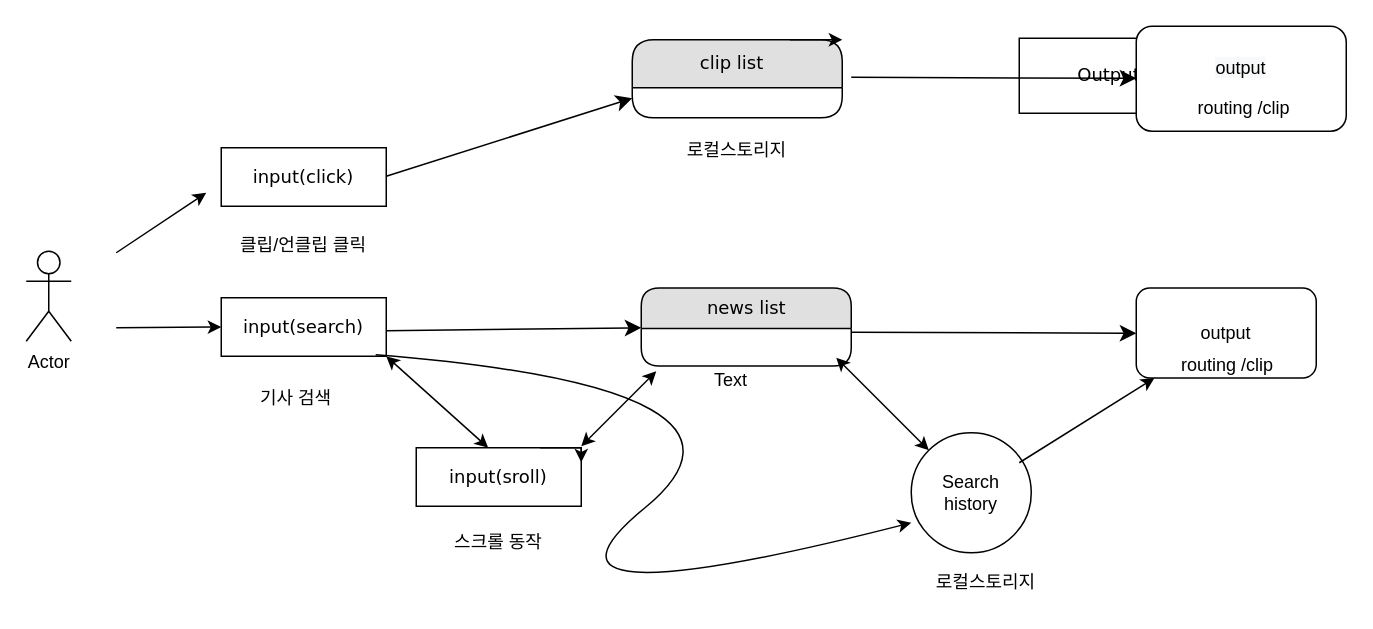
Above: diagram.drawio in Jeong-hoyun/nytimes-project (draw.io), before the change. Source tidied: cells renumbered, new cells numbered last; positions are measured from the earlier drawing's top-left corner, leaving out a move shared by most shapes. Both pictures are drawn from the tidied source at 150%, with x=0, y=0 at pixel (26, 26).
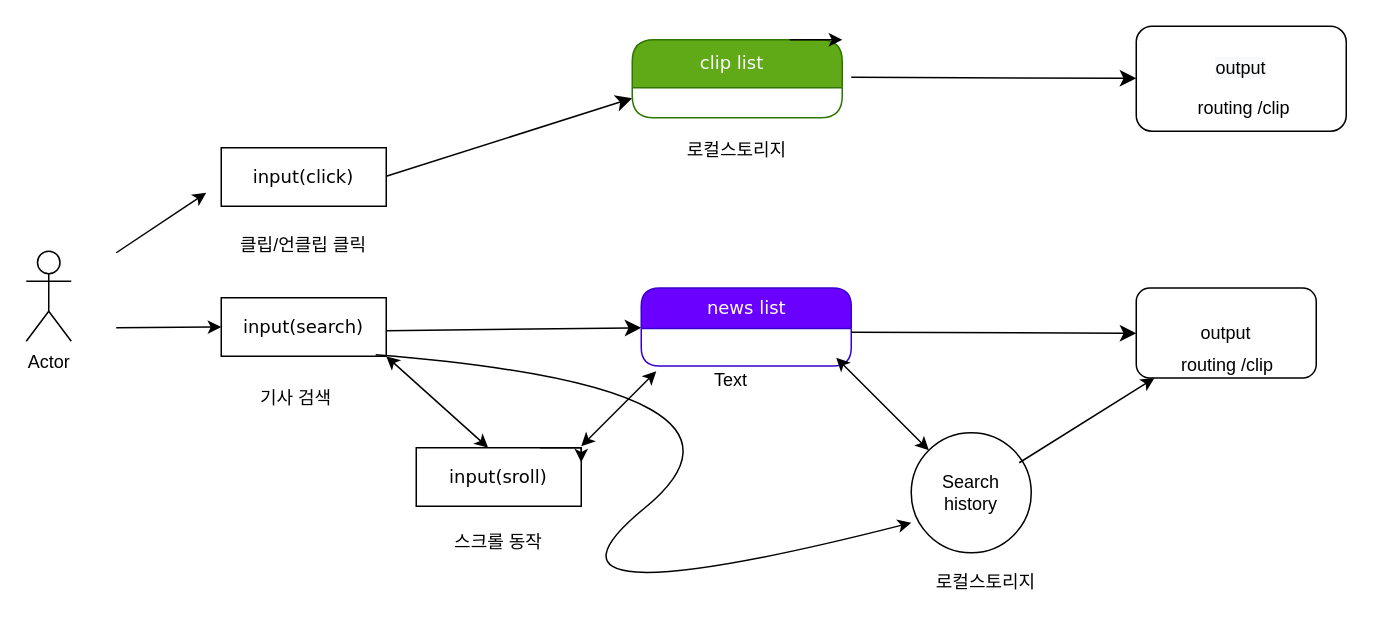
Above is the later version.

What changed in the source:
```diff
@@
-    <mxCell id="2" value="Output" style="whiteSpace=wrap;html=1;rounded=0;shadow=0;comic=0;labelBackgroundColor=none;strokeWidth=1;fontFamily=Verdana;fontSize=12;align=center;" parent="1" vertex="1">
-      <mxGeometry x="662" y="8" width="120" height="50" as="geometry" />
-    </mxCell>
@@
-    <mxCell id="6" value="clip list&amp;nbsp;&amp;nbsp;" style="swimlane;html=1;fontStyle=0;horizontal=1;startSize=32;fillColor=#e0e0e0;swimlaneFillColor=#ffffff;align=center;rounded=1;shadow=0;comic=0;labelBackgroundColor=none;strokeWidth=1;fontFamily=Verdana;fontSize=12;" parent="1" vertex="1">
+    <mxCell id="6" value="clip list&amp;nbsp;&amp;nbsp;" style="swimlane;html=1;fontStyle=0;horizontal=1;startSize=32;fillColor=#60a917;swimlaneFillColor=#ffffff;align=center;rounded=1;shadow=0;comic=0;labelBackgroundColor=none;strokeWidth=1;fontFamily=Verdana;fontSize=12;fontColor=#ffffff;strokeColor=#2D7600;" parent="1" vertex="1">
       <mxGeometry x="404" y="9" width="140" height="52" as="geometry" />
     </mxCell>
@@
-    <mxCell id="13" value="news list" style="swimlane;html=1;fontStyle=0;horizontal=1;startSize=27;fillColor=#e0e0e0;swimlaneFillColor=#ffffff;align=center;rounded=1;shadow=0;comic=0;labelBackgroundColor=none;strokeWidth=1;fontFamily=Verdana;fontSize=12;" parent="1" vertex="1">
+    <mxCell id="13" value="news list" style="swimlane;html=1;fontStyle=0;horizontal=1;startSize=27;fillColor=#6a00ff;swimlaneFillColor=#ffffff;align=center;rounded=1;shadow=0;comic=0;labelBackgroundColor=none;strokeWidth=1;fontFamily=Verdana;fontSize=12;fontColor=#ffffff;strokeColor=#3700CC;" parent="1" vertex="1">
       <mxGeometry x="410" y="174.5" width="140" height="52" as="geometry" />
     </mxCell>
```
